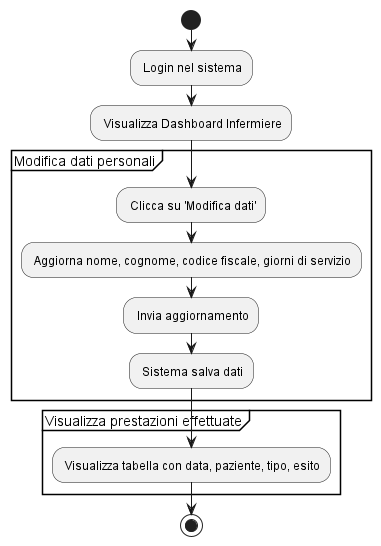
Taniyakaur/KMBhealthcenter keeps this PlantUML diagram as Latex/diagrammi_uml/diagramma_attivita_infermiere.png. Above is the earlier version. The source it was exported from:
```plantuml
@startuml
| Infermiere |
start
    : Login nel sistema;
    : Visualizza Dashboard Infermiere;

    partition "Modifica dati personali" {
        : Clicca su 'Modifica dati';
        : Aggiorna nome, cognome, codice fiscale, giorni di servizio;
        : Invia aggiornamento;
        : Sistema salva dati;
    }

    partition "Visualizza prestazioni effettuate" {
        : Visualizza tabella con data, paziente, tipo, esito;
    }
stop
@enduml
```
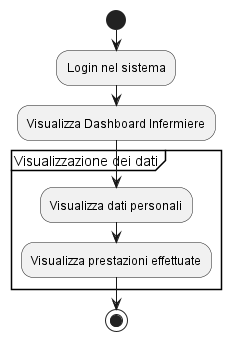
After the commit.

Change to the diagram source:
```diff
@@ -1,18 +1,15 @@
 @startuml
-| Infermiere |
+|Infermiere|
+
 start
-    : Login nel sistema;
-    : Visualizza Dashboard Infermiere;
 
-    partition "Modifica dati personali" {
-        : Clicca su 'Modifica dati';
-        : Aggiorna nome, cognome, codice fiscale, giorni di servizio;
-        : Invia aggiornamento;
-        : Sistema salva dati;
-    }
+:Login nel sistema;
+:Visualizza Dashboard Infermiere;
 
-    partition "Visualizza prestazioni effettuate" {
-        : Visualizza tabella con data, paziente, tipo, esito;
-    }
+partition "Visualizzazione dei dati" {
+    :Visualizza dati personali;
+    :Visualizza prestazioni effettuate;
+}
+
 stop
 @enduml
```
